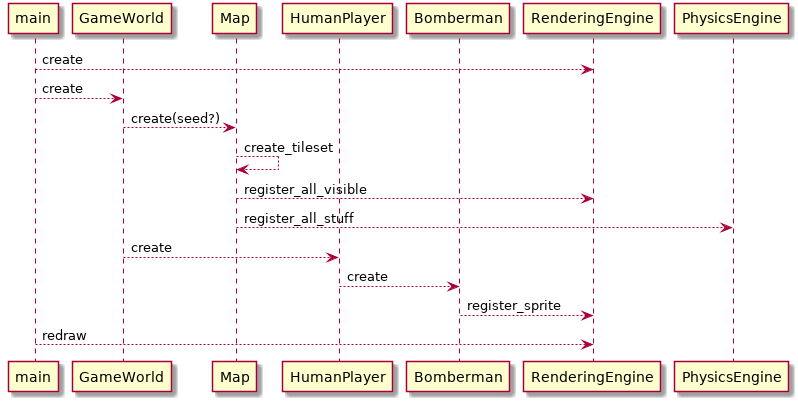
Earlier version of the PlantUML export docs/img/UC_1_1.png (NadzwyczajnaGrupaRobocza/bomberman).
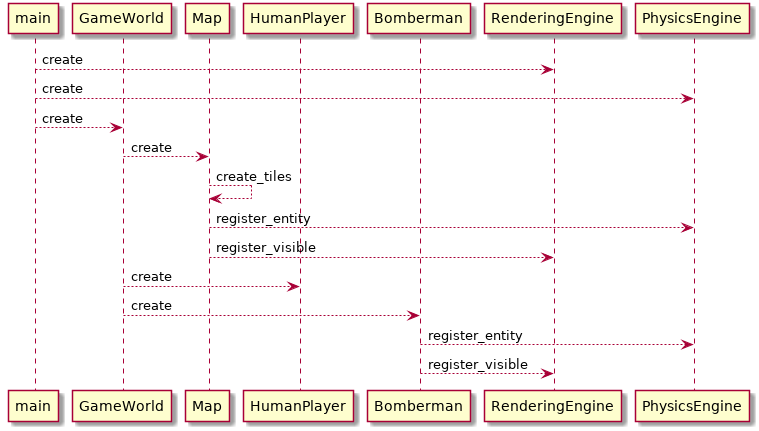
The same file after the commit.

Diff of the diagram source:
```diff
@@ -10,18 +10,16 @@
 participant PhysicsEngine
 
 main --> RenderingEngine : create
+main --> PhysicsEngine : create
 main --> GameWorld : create
-GameWorld --> Map : create(seed?)
-Map --> Map : create_tileset
-Map --> RenderingEngine : register_all_visible
-Map --> PhysicsEngine : register_all_stuff
+GameWorld --> Map : create
+Map --> Map : create_tiles
+Map --> PhysicsEngine : register_entity
+Map --> RenderingEngine : register_visible
 
 GameWorld --> HumanPlayer : create
-HumanPlayer --> Bomberman : create
-Bomberman --> RenderingEngine : register_sprite
-
-main --> RenderingEngine : redraw
-
-
+GameWorld --> Bomberman : create
+Bomberman --> PhysicsEngine : register_entity
+Bomberman --> RenderingEngine : register_visible
 
 @enduml
```
